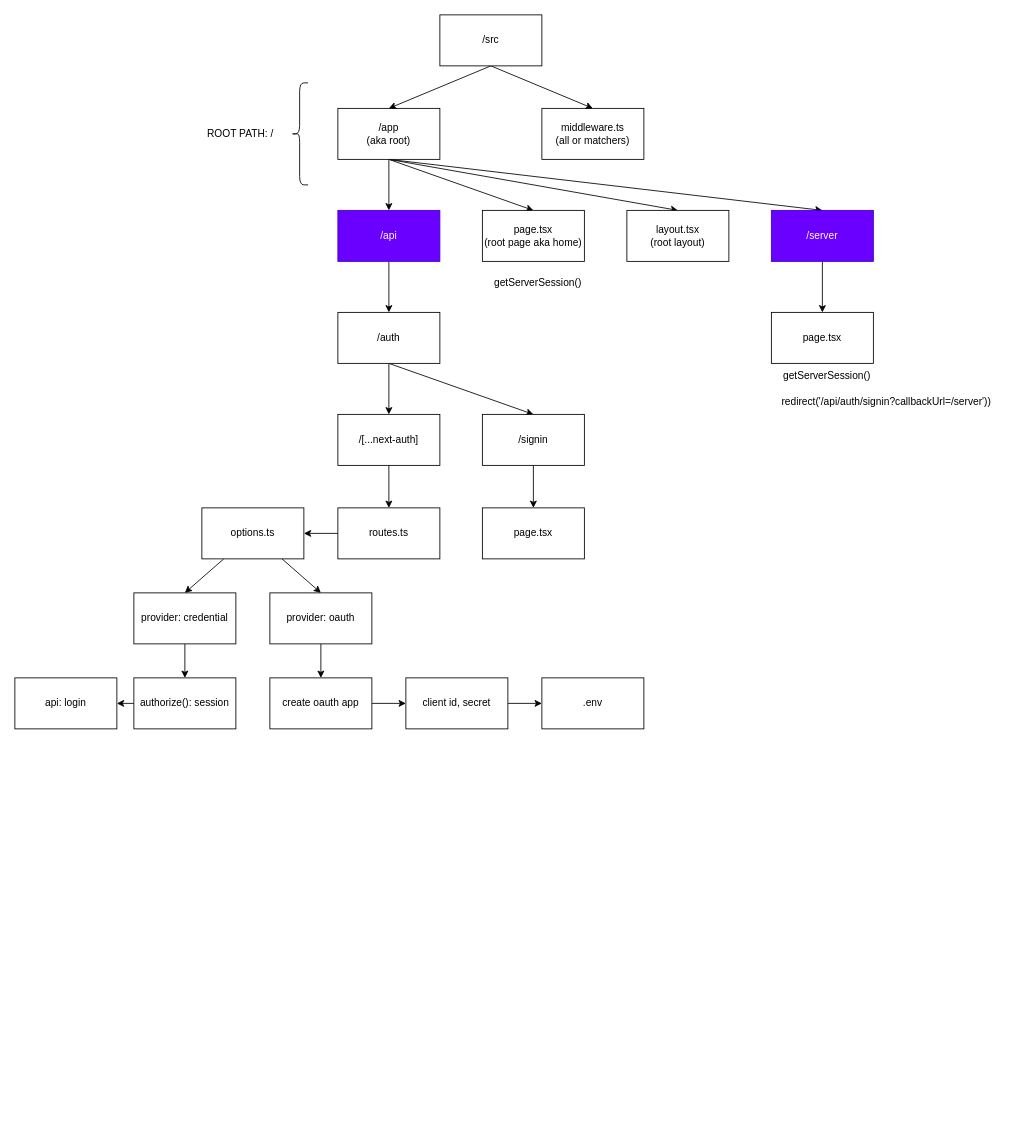
Earlier version of the draw.io diagram next06-next-auth/README.drawio (roylee0704/hello-next13). Source tidied: cells renumbered, new cells numbered last; positions are measured from the earlier drawing's top-left corner, leaving out a move shared by most shapes. Both pictures are drawn from the tidied source at 85%, with x=0, y=0 at pixel (14, 14).
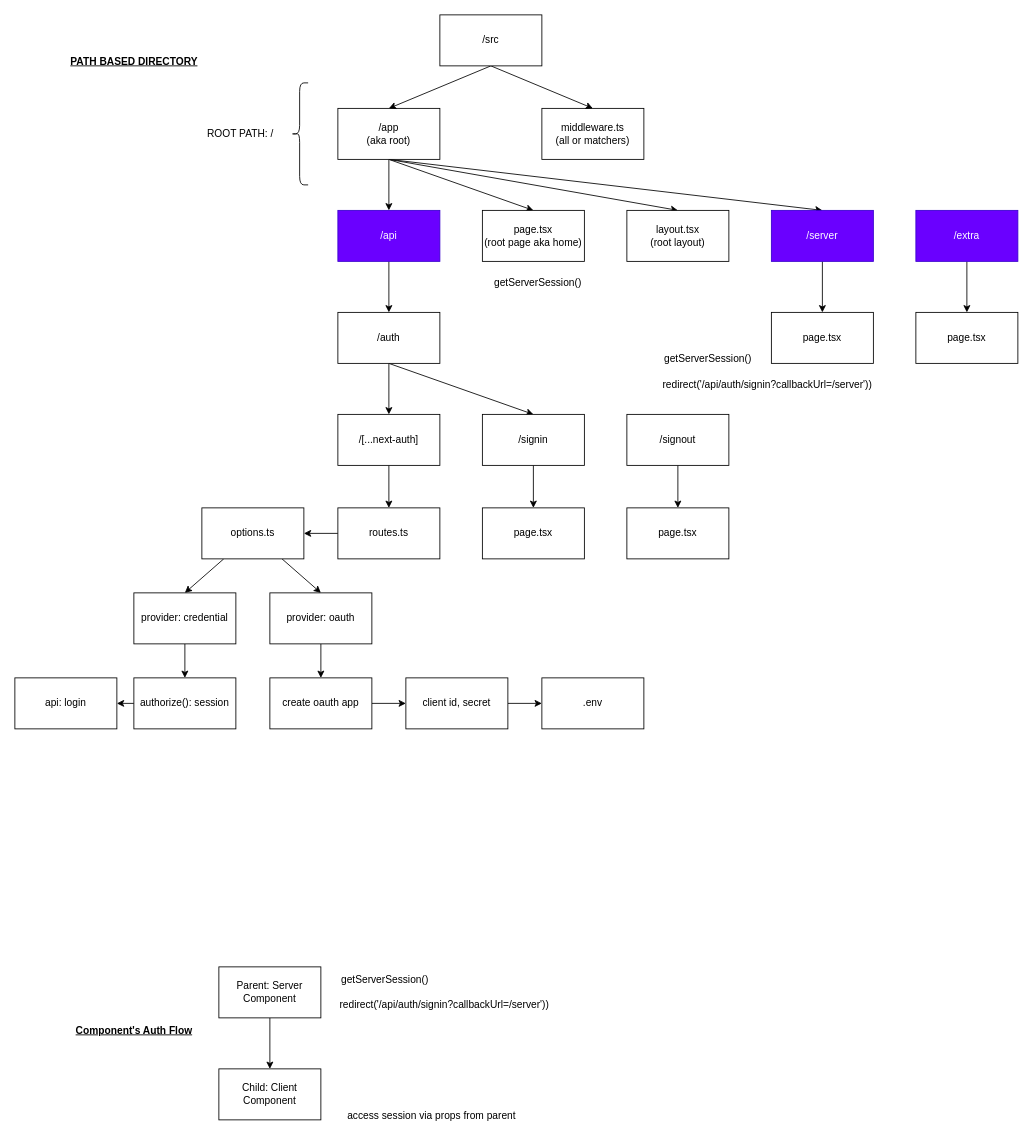
Above is the later version.

Change to the diagram source:
```diff
@@
     <mxCell id="43" value="redirect('/api/auth/signin?callbackUrl=/server'))" style="text;html=1;align=center;verticalAlign=middle;strokeColor=none;fillColor=none;" parent="1" vertex="1">
-      <mxGeometry x="890" y="440" width="270" height="30" as="geometry" />
+      <mxGeometry x="750" y="420" width="270" height="30" as="geometry" />
     </mxCell>
     <mxCell id="44" value="getServerSession()" style="text;html=1;align=center;verticalAlign=middle;strokeColor=none;fillColor=none;" parent="1" vertex="1">
-      <mxGeometry x="890" y="410" width="130" height="30" as="geometry" />
+      <mxGeometry x="750" y="390" width="130" height="30" as="geometry" />
     </mxCell>
@@
+    <mxCell id="48" style="edgeStyle=none;html=1;" parent="1" edge="1" source="49" target="50">
+      <mxGeometry relative="1" as="geometry" />
+    </mxCell>
+    <mxCell id="49" value="/extra" style="rounded=0;whiteSpace=wrap;html=1;fontStyle=0;fillColor=#6a00ff;fontColor=#ffffff;strokeColor=#3700CC;" parent="1" vertex="1">
+      <mxGeometry x="1060" y="230" width="120" height="60" as="geometry" />
+    </mxCell>
+    <mxCell id="50" value="page.tsx" style="rounded=0;whiteSpace=wrap;html=1;fontStyle=0;" parent="1" vertex="1">
+      <mxGeometry x="1060" y="350" width="120" height="60" as="geometry" />
+    </mxCell>
+    <mxCell id="51" style="edgeStyle=none;html=1;exitX=0.5;exitY=1;exitDx=0;exitDy=0;entryX=0.5;entryY=0;entryDx=0;entryDy=0;" parent="1" edge="1" source="52" target="53">
+      <mxGeometry relative="1" as="geometry" />
+    </mxCell>
+    <mxCell id="52" value="/signout" style="rounded=0;whiteSpace=wrap;html=1;fontStyle=0;" parent="1" vertex="1">
+      <mxGeometry x="720" y="470" width="120" height="60" as="geometry" />
+    </mxCell>
+    <mxCell id="53" value="page.tsx" style="rounded=0;whiteSpace=wrap;html=1;fontStyle=0;" parent="1" vertex="1">
+      <mxGeometry x="720" y="580" width="120" height="60" as="geometry" />
+    </mxCell>
+    <mxCell id="54" style="edgeStyle=none;html=1;" parent="1" edge="1" source="55" target="56">
+      <mxGeometry relative="1" as="geometry" />
+    </mxCell>
+    <mxCell id="55" value="Parent: Server Component" style="rounded=0;whiteSpace=wrap;html=1;fontStyle=0;" parent="1" vertex="1">
+      <mxGeometry x="240" y="1120" width="120" height="60" as="geometry" />
+    </mxCell>
+    <mxCell id="56" value="Child: Client Component" style="rounded=0;whiteSpace=wrap;html=1;fontStyle=0;" parent="1" vertex="1">
+      <mxGeometry x="240" y="1240" width="120" height="60" as="geometry" />
+    </mxCell>
+    <mxCell id="57" value="redirect('/api/auth/signin?callbackUrl=/server'))" style="text;html=1;align=center;verticalAlign=middle;strokeColor=none;fillColor=none;" parent="1" vertex="1">
+      <mxGeometry x="370" y="1150" width="270" height="30" as="geometry" />
+    </mxCell>
+    <mxCell id="58" value="getServerSession()" style="text;html=1;align=center;verticalAlign=middle;strokeColor=none;fillColor=none;" parent="1" vertex="1">
+      <mxGeometry x="370" y="1120" width="130" height="30" as="geometry" />
+    </mxCell>
+    <mxCell id="59" value="access session via props from parent" style="text;html=1;align=center;verticalAlign=middle;strokeColor=none;fillColor=none;" parent="1" vertex="1">
+      <mxGeometry x="380" y="1280" width="220" height="30" as="geometry" />
+    </mxCell>
+    <mxCell id="60" value="Component's Auth Flow" style="text;html=1;align=center;verticalAlign=middle;strokeColor=none;fillColor=none;fontStyle=5;" parent="1" vertex="1">
+      <mxGeometry x="60" y="1180" width="160" height="30" as="geometry" />
+    </mxCell>
+    <mxCell id="61" value="PATH BASED DIRECTORY" style="text;html=1;align=center;verticalAlign=middle;strokeColor=none;fillColor=none;fontStyle=5;" parent="1" vertex="1">
+      <mxGeometry x="55" y="40" width="170" height="30" as="geometry" />
+    </mxCell>
```
